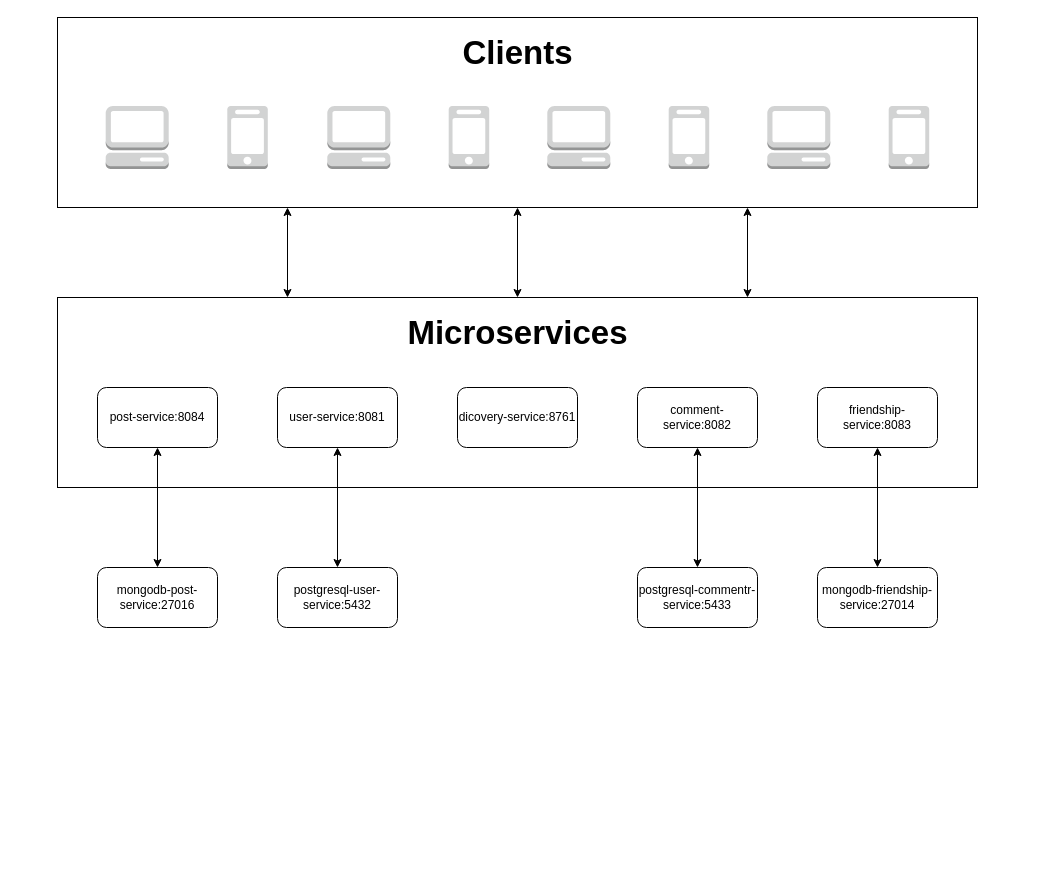
The draw.io diagram docs/assets/drawio/infrastructure.drawio in jdelreyes/spring-social, before the edit. Source tidied: cells renumbered, new cells numbered last; positions are measured from the earlier drawing's top-left corner, leaving out a move shared by most shapes. Both pictures are drawn from the tidied source at 100%, with x=0, y=0 at pixel (57, 17). Pictures stored in the file or linked from it are replaced by grey dashed boxes.
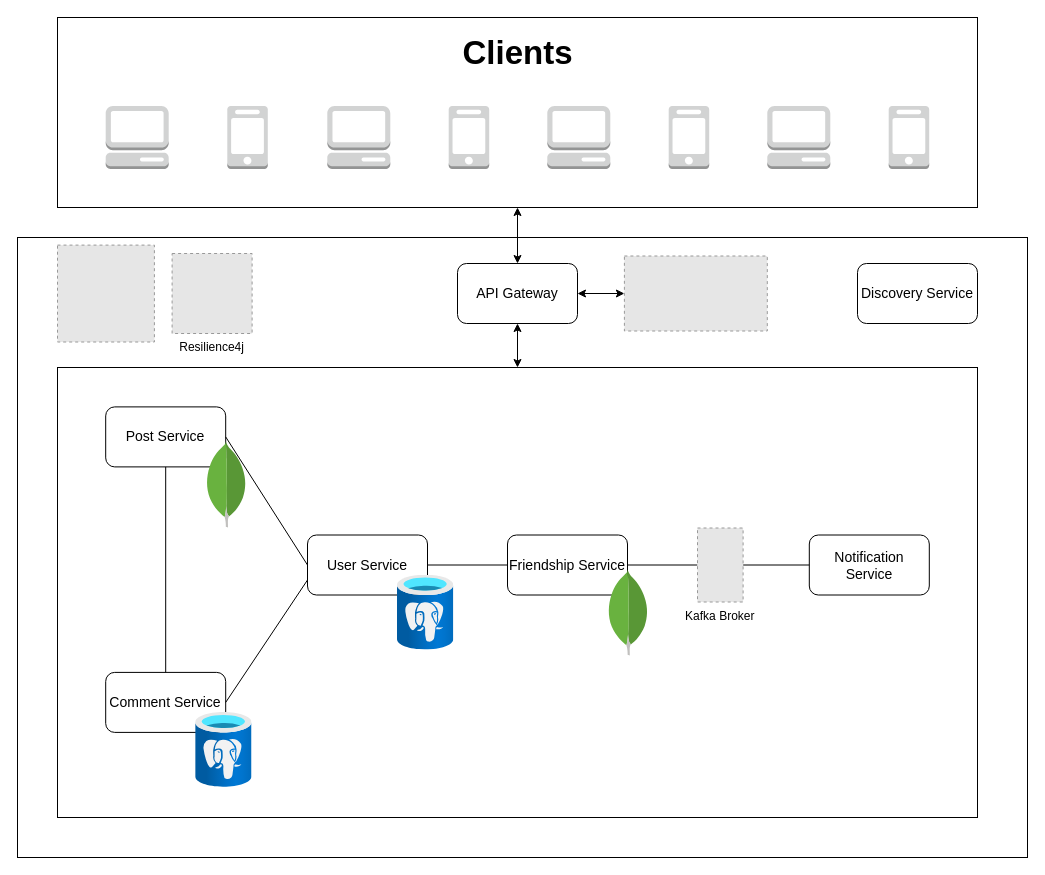
Above is the later version.

Unchanged cells that the change refers to:
```xml
<mxCell id="16" style="rounded=0;whiteSpace=wrap;html=1;" parent="1" vertex="1">
  <mxGeometry width="920" height="190" as="geometry" />
</mxCell>
```

What changed in the source:
```diff
@@
+    <mxCell id="30" style="rounded=0;whiteSpace=wrap;html=1;fontSize=14;" parent="1" vertex="1">
+      <mxGeometry x="-40" y="220" width="1010" height="620" as="geometry" />
+    </mxCell>
-    <mxCell id="2" style="rounded=0;whiteSpace=wrap;html=1;" parent="1" vertex="1">
-      <mxGeometry y="280" width="920" height="190" as="geometry" />
+    <mxCell id="2" style="rounded=0;whiteSpace=wrap;html=1;fontSize=14;" parent="1" vertex="1">
+      <mxGeometry y="350" width="920" height="450" as="geometry" />
     </mxCell>
-    <mxCell id="3" value="user-service:8081" style="rounded=1;whiteSpace=wrap;html=1;" parent="1" vertex="1">
-      <mxGeometry x="220" y="370" width="120" height="60" as="geometry" />
+    <mxCell id="3" value="User Service" style="rounded=1;whiteSpace=wrap;html=1;fontSize=14;" parent="1" vertex="1">
+      <mxGeometry x="250" y="517.5" width="120" height="60" as="geometry" />
     </mxCell>
-    <mxCell id="4" value="post-service:8084" style="rounded=1;whiteSpace=wrap;html=1;" parent="1" vertex="1">
-      <mxGeometry x="40" y="370" width="120" height="60" as="geometry" />
+    <mxCell id="4" value="Post Service" style="rounded=1;whiteSpace=wrap;html=1;fontSize=14;" parent="1" vertex="1">
+      <mxGeometry x="48.2" y="389.4" width="120" height="60" as="geometry" />
     </mxCell>
-    <mxCell id="5" value="comment-service:8082" style="rounded=1;whiteSpace=wrap;html=1;" parent="1" vertex="1">
-      <mxGeometry x="580" y="370" width="120" height="60" as="geometry" />
+    <mxCell id="5" value="Comment Service" style="rounded=1;whiteSpace=wrap;html=1;fontSize=14;" parent="1" vertex="1">
+      <mxGeometry x="48.2" y="654.9" width="120" height="60" as="geometry" />
     </mxCell>
-    <mxCell id="6" value="friendship-service:8083" style="rounded=1;whiteSpace=wrap;html=1;" parent="1" vertex="1">
-      <mxGeometry x="760" y="370" width="120" height="60" as="geometry" />
+    <mxCell id="6" value="Friendship Service" style="rounded=1;whiteSpace=wrap;html=1;fontSize=14;" parent="1" vertex="1">
+      <mxGeometry x="450" y="517.5" width="120" height="60" as="geometry" />
     </mxCell>
-    <mxCell id="7" value="dicovery-service:8761" style="rounded=1;whiteSpace=wrap;html=1;" parent="1" vertex="1">
-      <mxGeometry x="400" y="370" width="120" height="60" as="geometry" />
+    <mxCell id="7" value="Discovery Service" style="rounded=1;whiteSpace=wrap;html=1;fontSize=14;" parent="1" vertex="1">
+      <mxGeometry x="800" y="246" width="120" height="60" as="geometry" />
     </mxCell>
-    <mxCell id="8" value="postgresql-user-service:5432" style="rounded=1;whiteSpace=wrap;html=1;" parent="1" vertex="1">
-      <mxGeometry x="220" y="550" width="120" height="60" as="geometry" />
-    </mxCell>
-    <mxCell id="9" value="postgresql-commentr-service:5433" style="rounded=1;whiteSpace=wrap;html=1;" parent="1" vertex="1">
-      <mxGeometry x="580" y="550" width="120" height="60" as="geometry" />
-    </mxCell>
-    <mxCell id="10" value="mongodb-post-service:27016" style="rounded=1;whiteSpace=wrap;html=1;" parent="1" vertex="1">
-      <mxGeometry x="40" y="550" width="120" height="60" as="geometry" />
-    </mxCell>
-    <mxCell id="11" value="mongodb-friendship-service:27014" style="rounded=1;whiteSpace=wrap;html=1;" parent="1" vertex="1">
-      <mxGeometry x="760" y="550" width="120" height="60" as="geometry" />
-    </mxCell>
-    <mxCell id="12" style="endArrow=classic;startArrow=classic;html=1;rounded=0;entryX=0.5;entryY=1;entryDx=0;entryDy=0;exitX=0.5;exitY=0;exitDx=0;exitDy=0;" parent="1" edge="1" source="8" target="3">
-      <mxGeometry relative="1" as="geometry" />
-    </mxCell>
-    <mxCell id="13" style="endArrow=classic;startArrow=classic;html=1;rounded=0;entryX=0.5;entryY=1;entryDx=0;entryDy=0;exitX=0.5;exitY=0;exitDx=0;exitDy=0;" parent="1" edge="1" source="10" target="4">
-      <mxGeometry relative="1" as="geometry" />
-    </mxCell>
-    <mxCell id="14" style="endArrow=classic;startArrow=classic;html=1;rounded=0;entryX=0.5;entryY=1;entryDx=0;entryDy=0;exitX=0.5;exitY=0;exitDx=0;exitDy=0;" parent="1" edge="1" source="9" target="5">
-      <mxGeometry relative="1" as="geometry" />
-    </mxCell>
-    <mxCell id="15" style="endArrow=classic;startArrow=classic;html=1;rounded=0;entryX=0.5;entryY=1;entryDx=0;entryDy=0;exitX=0.5;exitY=0;exitDx=0;exitDy=0;" parent="1" edge="1" source="11" target="6">
-      <mxGeometry relative="1" as="geometry" />
-    </mxCell>
@@
-    <mxCell id="25" style="endArrow=classic;startArrow=classic;html=1;rounded=0;entryX=0.25;entryY=1;entryDx=0;entryDy=0;exitX=0.25;exitY=0;exitDx=0;exitDy=0;" parent="1" edge="1" source="2" target="16">
-      <mxGeometry relative="1" as="geometry" />
-    </mxCell>
-    <mxCell id="26" style="endArrow=classic;startArrow=classic;html=1;rounded=0;entryX=0.5;entryY=1;entryDx=0;entryDy=0;exitX=0.5;exitY=0;exitDx=0;exitDy=0;" parent="1" edge="1" source="2" target="16">
+    <mxCell id="26" style="endArrow=classic;startArrow=classic;html=1;rounded=0;entryX=0.5;entryY=1;entryDx=0;entryDy=0;exitX=0.5;exitY=0;exitDx=0;exitDy=0;" parent="1" edge="1" source="36" target="16">
       <mxGeometry relative="1" as="geometry" />
     </mxCell>
-    <mxCell id="27" style="endArrow=classic;startArrow=classic;html=1;rounded=0;entryX=0.75;entryY=1;entryDx=0;entryDy=0;exitX=0.75;exitY=0;exitDx=0;exitDy=0;" parent="1" edge="1" source="2" target="16">
-      <mxGeometry relative="1" as="geometry" />
-    </mxCell>
-    <mxCell id="28" value="&lt;font size=&quot;1&quot; style=&quot;&quot;&gt;&lt;b style=&quot;font-size: 33px;&quot;&gt;Microservices&lt;/b&gt;&lt;/font&gt;" style="text;html=1;strokeColor=none;fillColor=none;align=center;verticalAlign=middle;whiteSpace=wrap;rounded=0;" parent="1" vertex="1">
-      <mxGeometry x="312.5" y="290" width="295" height="50" as="geometry" />
-    </mxCell>
@@
+    <mxCell id="31" style="dashed=0;html=1;align=center;labelPosition=center;verticalLabelPosition=bottom;verticalAlign=top;shape=mxgraph.weblogos.mongodb;" parent="1" vertex="1">
+      <mxGeometry x="148.2" y="423.8" width="41.2" height="86.2" as="geometry" />
+    </mxCell>
+    <mxCell id="32" style="image;html=1;align=center;fontSize=12;image=img/lib/azure2/databases/Azure_Database_PostgreSQL_Server.svg;" parent="1" vertex="1">
+      <mxGeometry x="340" y="557.5" width="56.3" height="75.1" as="geometry" />
+    </mxCell>
+    <mxCell id="33" style="endArrow=classic;startArrow=classic;html=1;rounded=0;entryX=0.5;entryY=1;entryDx=0;entryDy=0;exitX=0.5;exitY=0;exitDx=0;exitDy=0;" parent="1" edge="1" source="2" target="36">
+      <mxGeometry relative="1" as="geometry" />
+    </mxCell>
+    <mxCell id="34" style="image;html=1;align=center;fontSize=12;image=img/lib/azure2/databases/Azure_Database_PostgreSQL_Server.svg;" parent="1" vertex="1">
+      <mxGeometry x="138.2" y="694.9" width="56.3" height="75.1" as="geometry" />
+    </mxCell>
+    <mxCell id="35" style="dashed=0;html=1;align=center;labelPosition=center;verticalLabelPosition=bottom;verticalAlign=top;shape=mxgraph.weblogos.mongodb;" parent="1" vertex="1">
+      <mxGeometry x="550" y="551.9" width="41.2" height="86.2" as="geometry" />
+    </mxCell>
+    <mxCell id="36" value="API Gateway" style="rounded=1;whiteSpace=wrap;html=1;fontSize=14;" parent="1" vertex="1">
+      <mxGeometry x="400" y="246" width="120" height="60" as="geometry" />
+    </mxCell>
+    <mxCell id="37" style="endArrow=classic;startArrow=classic;html=1;rounded=0;entryX=0;entryY=0.5;entryDx=0;entryDy=0;exitX=1;exitY=0.5;exitDx=0;exitDy=0;" parent="1" edge="1" source="36" target="46">
+      <mxGeometry relative="1" as="geometry" />
+    </mxCell>
+    <mxCell id="38" value="Notification Service" style="rounded=1;whiteSpace=wrap;html=1;fontSize=14;" parent="1" vertex="1">
+      <mxGeometry x="751.8" y="517.5" width="120" height="60" as="geometry" />
+    </mxCell>
+    <mxCell id="39" style="endArrow=none;html=1;rounded=0;exitX=0.5;exitY=1;exitDx=0;exitDy=0;entryX=0.5;entryY=0;entryDx=0;entryDy=0;" parent="1" edge="1" source="4" target="5">
+      <mxGeometry relative="1" as="geometry" />
+    </mxCell>
+    <mxCell id="40" style="endArrow=none;html=1;rounded=0;exitX=0;exitY=0.5;exitDx=0;exitDy=0;entryX=1;entryY=0.5;entryDx=0;entryDy=0;" parent="1" edge="1" source="3" target="4">
+      <mxGeometry relative="1" as="geometry" />
+    </mxCell>
+    <mxCell id="41" style="endArrow=none;html=1;rounded=0;exitX=1;exitY=0.5;exitDx=0;exitDy=0;entryX=0;entryY=0.5;entryDx=0;entryDy=0;" parent="1" edge="1" source="3" target="6">
+      <mxGeometry relative="1" as="geometry" />
+    </mxCell>
+    <mxCell id="42" style="endArrow=none;html=1;rounded=0;entryX=1;entryY=0.5;entryDx=0;entryDy=0;exitX=0;exitY=0.5;exitDx=0;exitDy=0;" parent="1" edge="1" source="48" target="6">
+      <mxGeometry relative="1" as="geometry" />
+    </mxCell>
+    <mxCell id="43" style="endArrow=none;html=1;rounded=0;exitX=0;exitY=0.5;exitDx=0;exitDy=0;entryX=1;entryY=0.5;entryDx=0;entryDy=0;" parent="1" edge="1" source="38" target="48">
+      <mxGeometry relative="1" as="geometry" />
+    </mxCell>
+    <mxCell id="44" style="endArrow=none;html=1;rounded=0;exitX=0;exitY=0.75;exitDx=0;exitDy=0;entryX=1;entryY=0.5;entryDx=0;entryDy=0;" parent="1" edge="1" source="3" target="5">
+      <mxGeometry relative="1" as="geometry" />
+    </mxCell>
+    <mxCell id="45" value="Resilience4j" style="fillColor=#E6E6E6;strokeColor=#999999;dashed=1;verticalLabelPosition=bottom;verticalAlign=top;" parent="1" vertex="1">
+      <mxGeometry x="114.6" y="236" width="80" height="80" as="geometry" />
+    </mxCell>
+    <mxCell id="46" style="fillColor=#E6E6E6;strokeColor=#999999;dashed=1;verticalLabelPosition=bottom;labelBackgroundColor=default;verticalAlign=top;" parent="1" vertex="1">
+      <mxGeometry x="566.9" y="238.5" width="142.9" height="75" as="geometry" />
+    </mxCell>
+    <mxCell id="47" style="fillColor=#E6E6E6;strokeColor=#999999;dashed=1;verticalLabelPosition=bottom;labelBackgroundColor=default;verticalAlign=top;" parent="1" vertex="1">
+      <mxGeometry y="227.6" width="96.9" height="96.9" as="geometry" />
+    </mxCell>
+    <mxCell id="48" value="Kafka Broker" style="fillColor=#E6E6E6;strokeColor=#999999;dashed=1;verticalLabelPosition=bottom;labelBackgroundColor=default;verticalAlign=top;" parent="1" vertex="1">
+      <mxGeometry x="640" y="510.5" width="45.6" height="74" as="geometry" />
+    </mxCell>
```
